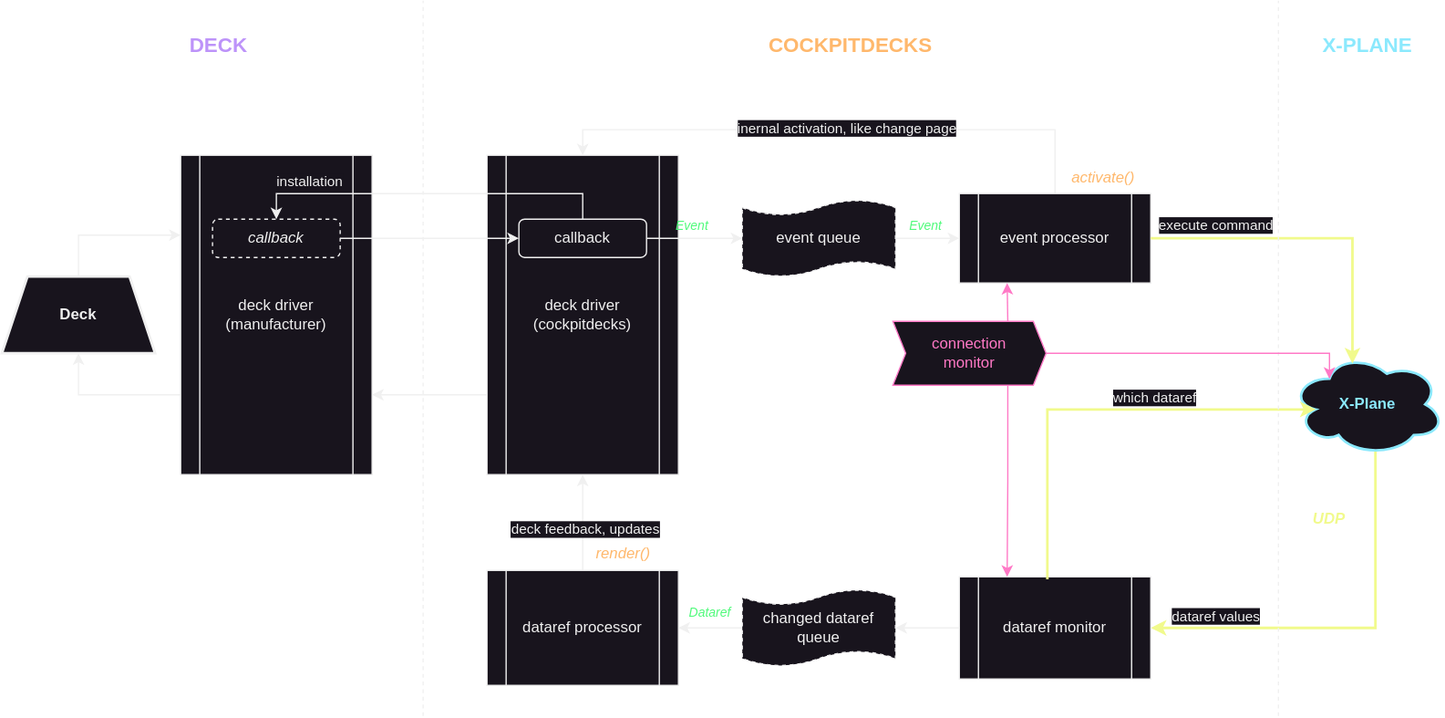
Above: docs/images/architecture.svg in devleaks/cockpitdecks-docs (draw.io), before the change. Source tidied: cells renumbered, new cells last; positions are measured from the earlier drawing's top-left corner, leaving out a move shared by most shapes.
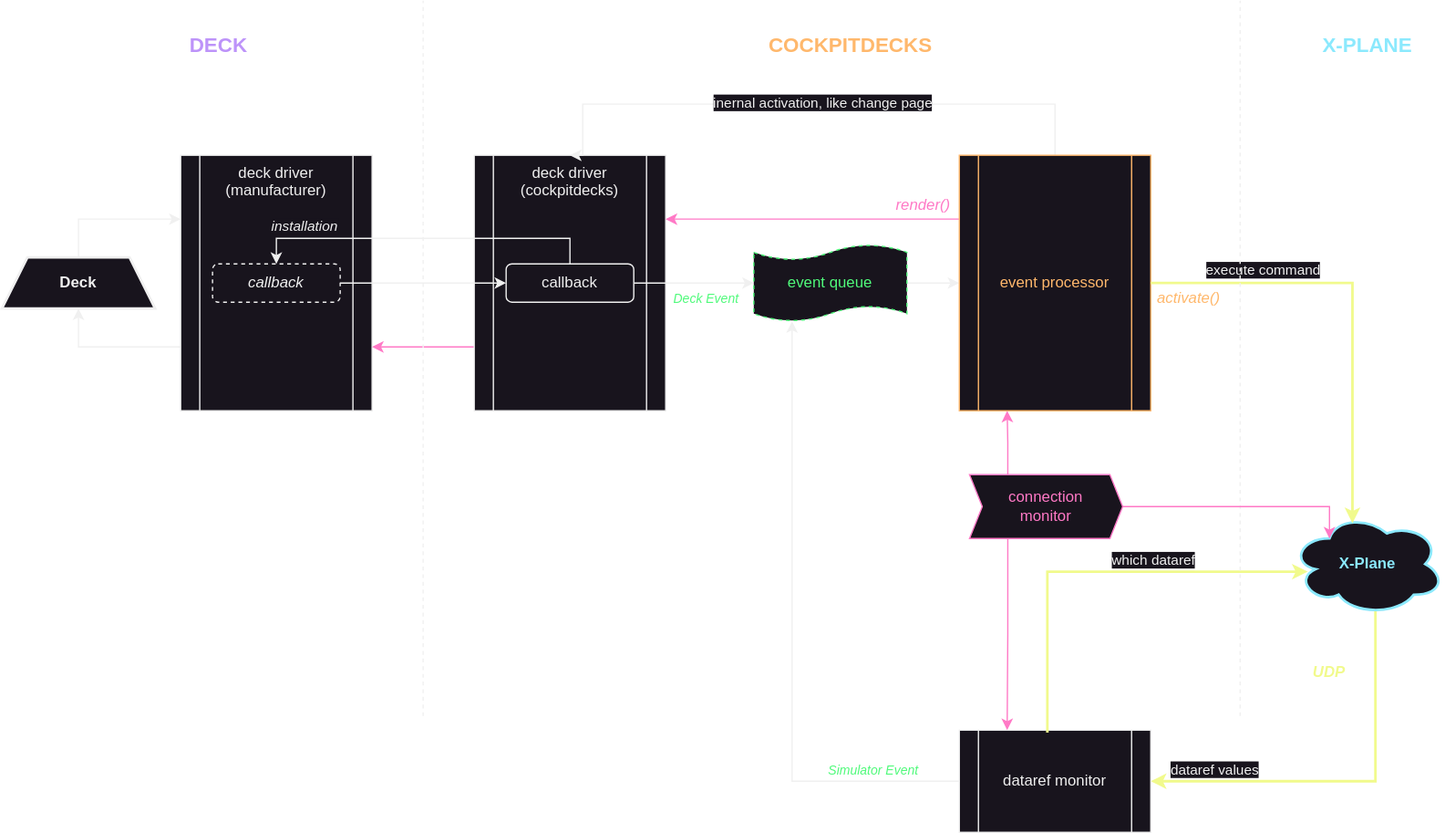
Above is the later version.

Commit message:
adjusted drawings for single event processing loop

The edit, as a diff of the source:
```diff
@@ -5,7 +5,7 @@
     <mxCell id="2" style="edgeStyle=orthogonalEdgeStyle;rounded=0;jettySize=auto;html=1;exitX=0.55;exitY=0.95;exitDx=0;exitDy=0;exitPerimeter=0;entryX=1;entryY=0.5;entryDx=0;entryDy=0;strokeColor=#F1FA8C;strokeWidth=2;" parent="1" edge="1" source="4" target="23">
       <mxGeometry relative="1" as="geometry">
         <Array as="points">
-          <mxPoint x="1076" y="491" />
+          <mxPoint x="1076" y="611" />
         </Array>
       </mxGeometry>
     </mxCell>
@@ -15,32 +15,36 @@
       </mxGeometry>
     </mxCell>
     <mxCell id="4" value="X-Plane" style="ellipse;shape=cloud;whiteSpace=wrap;html=1;strokeWidth=2;strokeColor=#8BE9FD;fontStyle=1;fontColor=#8BE9FD;" parent="1" vertex="1">
-      <mxGeometry x="1010" y="276" width="120" height="80" as="geometry" />
+      <mxGeometry x="1010" y="401" width="120" height="80" as="geometry" />
     </mxCell>
     <mxCell id="5" style="edgeStyle=orthogonalEdgeStyle;rounded=0;jettySize=auto;html=1;entryX=0;entryY=0.25;entryDx=0;entryDy=0;exitX=0.5;exitY=0;exitDx=0;exitDy=0;" parent="1" edge="1" source="6" target="8">
-      <mxGeometry relative="1" as="geometry" />
+      <mxGeometry relative="1" as="geometry">
+        <Array as="points">
+          <mxPoint x="60" y="171" />
+        </Array>
+      </mxGeometry>
     </mxCell>
     <mxCell id="6" value="Deck" style="shape=trapezoid;perimeter=trapezoidPerimeter;whiteSpace=wrap;html=1;fixedSize=1;strokeWidth=2;fontStyle=1;" parent="1" vertex="1">
-      <mxGeometry y="216" width="120" height="60" as="geometry" />
+      <mxGeometry y="201" width="120" height="40" as="geometry" />
     </mxCell>
     <mxCell id="7" style="edgeStyle=orthogonalEdgeStyle;rounded=0;jettySize=auto;html=1;exitX=0;exitY=0.75;exitDx=0;exitDy=0;entryX=0.5;entryY=1;entryDx=0;entryDy=0;" parent="1" edge="1" source="8" target="6">
       <mxGeometry relative="1" as="geometry">
         <Array as="points">
-          <mxPoint x="60" y="309" />
+          <mxPoint x="60" y="271" />
         </Array>
       </mxGeometry>
     </mxCell>
-    <mxCell id="8" value="deck driver&lt;div&gt;(manufacturer)&lt;/div&gt;" style="shape=process;whiteSpace=wrap;html=1;backgroundOutline=1;" parent="1" vertex="1">
-      <mxGeometry x="140" y="121" width="150" height="250" as="geometry" />
+    <mxCell id="8" value="deck driver&lt;div&gt;(manufacturer)&lt;/div&gt;" style="shape=process;whiteSpace=wrap;html=1;backgroundOutline=1;verticalAlign=top;" parent="1" vertex="1">
+      <mxGeometry x="140" y="121" width="150" height="200" as="geometry" />
     </mxCell>
     <mxCell id="9" value="callback" style="rounded=1;whiteSpace=wrap;html=1;dashed=1;fontStyle=2;" parent="1" vertex="1">
-      <mxGeometry x="165" y="171" width="100" height="30" as="geometry" />
+      <mxGeometry x="165" y="206" width="100" height="30" as="geometry" />
     </mxCell>
-    <mxCell id="10" style="edgeStyle=orthogonalEdgeStyle;rounded=0;jettySize=auto;html=1;exitX=0;exitY=0.75;exitDx=0;exitDy=0;entryX=1;entryY=0.75;entryDx=0;entryDy=0;" parent="1" edge="1" source="11" target="8">
+    <mxCell id="10" style="edgeStyle=orthogonalEdgeStyle;rounded=0;jettySize=auto;html=1;exitX=0;exitY=0.75;exitDx=0;exitDy=0;entryX=1;entryY=0.75;entryDx=0;entryDy=0;strokeColor=#FF79C6;" parent="1" edge="1" source="11" target="8">
       <mxGeometry relative="1" as="geometry" />
     </mxCell>
-    <mxCell id="11" value="deck driver&lt;div&gt;(cockpitdecks)&lt;/div&gt;" style="shape=process;whiteSpace=wrap;html=1;backgroundOutline=1;" parent="1" vertex="1">
-      <mxGeometry x="380" y="121" width="150" height="250" as="geometry" />
+    <mxCell id="11" value="deck driver&lt;div&gt;(cockpitdecks)&lt;/div&gt;" style="shape=process;whiteSpace=wrap;html=1;backgroundOutline=1;verticalAlign=top;" parent="1" vertex="1">
+      <mxGeometry x="370" y="121" width="150" height="200" as="geometry" />
     </mxCell>
     <mxCell id="12" style="edgeStyle=orthogonalEdgeStyle;rounded=0;jettySize=auto;html=1;exitX=1;exitY=0.5;exitDx=0;exitDy=0;" parent="1" edge="1" source="15" target="17">
       <mxGeometry relative="1" as="geometry" />
@@ -48,38 +52,41 @@
     <mxCell id="13" style="edgeStyle=orthogonalEdgeStyle;rounded=0;jettySize=auto;html=1;exitX=0.5;exitY=0;exitDx=0;exitDy=0;entryX=0.5;entryY=0;entryDx=0;entryDy=0;" parent="1" edge="1" source="15" target="9">
       <mxGeometry relative="1" as="geometry" />
     </mxCell>
-    <mxCell id="14" value="installation" style="edgeLabel;html=1;align=center;verticalAlign=middle;" parent="13" vertex="1">
+    <mxCell id="14" value="installation" style="edgeLabel;html=1;align=center;verticalAlign=middle;fontStyle=2;" parent="13" vertex="1">
       <mxGeometry x="0.21" y="-1" relative="1" as="geometry">
         <mxPoint x="-65" y="-9" as="offset" />
       </mxGeometry>
     </mxCell>
     <mxCell id="15" value="callback" style="rounded=1;whiteSpace=wrap;html=1;" parent="1" vertex="1">
-      <mxGeometry x="405" y="171" width="100" height="30" as="geometry" />
+      <mxGeometry x="395" y="206" width="100" height="30" as="geometry" />
     </mxCell>
-    <mxCell id="16" style="edgeStyle=orthogonalEdgeStyle;rounded=0;jettySize=auto;html=1;exitX=1;exitY=0.5;exitDx=0;exitDy=0;exitPerimeter=0;" parent="1" edge="1" source="17" target="20">
+    <mxCell id="16" style="edgeStyle=orthogonalEdgeStyle;rounded=0;jettySize=auto;html=1;exitX=1;exitY=0.5;exitDx=0;exitDy=0;exitPerimeter=0;entryX=0;entryY=0.5;entryDx=0;entryDy=0;" parent="1" edge="1" source="17" target="20">
       <mxGeometry relative="1" as="geometry" />
     </mxCell>
-    <mxCell id="17" value="event queue" style="shape=tape;whiteSpace=wrap;html=1;size=0.2;dashed=1;" parent="1" vertex="1">
-      <mxGeometry x="580" y="156" width="120" height="60" as="geometry" />
+    <mxCell id="17" value="event queue" style="shape=tape;whiteSpace=wrap;html=1;size=0.2;dashed=1;fontColor=#50FA7B;strokeColor=#50FA7B;" parent="1" vertex="1">
+      <mxGeometry x="589" y="191" width="120" height="60" as="geometry" />
     </mxCell>
     <mxCell id="18" style="edgeStyle=orthogonalEdgeStyle;rounded=0;jettySize=auto;html=1;entryX=0.5;entryY=0;entryDx=0;entryDy=0;" parent="1" edge="1" source="20" target="11">
       <mxGeometry relative="1" as="geometry">
         <Array as="points">
-          <mxPoint x="825" y="101" />
-          <mxPoint x="455" y="101" />
+          <mxPoint x="825" y="81" />
+          <mxPoint x="455" y="81" />
         </Array>
       </mxGeometry>
     </mxCell>
     <mxCell id="19" value="inernal activation, like change page" style="edgeLabel;html=1;align=center;verticalAlign=middle;" parent="18" vertex="1">
       <mxGeometry x="-0.03" y="-2" relative="1" as="geometry" />
     </mxCell>
+    <mxCell id="48" style="edgeStyle=orthogonalEdgeStyle;rounded=0;jettySize=auto;html=1;entryX=1;entryY=0.25;entryDx=0;entryDy=0;exitX=0;exitY=0.25;exitDx=0;exitDy=0;strokeColor=#FF79C6;" parent="1" edge="1" source="20" target="11">
+      <mxGeometry relative="1" as="geometry" />
+    </mxCell>
-    <mxCell id="20" value="event processor" style="shape=process;whiteSpace=wrap;html=1;backgroundOutline=1;" parent="1" vertex="1">
-      <mxGeometry x="750" y="151" width="150" height="70" as="geometry" />
+    <mxCell id="20" value="event processor" style="shape=process;whiteSpace=wrap;html=1;backgroundOutline=1;strokeColor=#FFB86C;fontColor=#FFB86C;" parent="1" vertex="1">
+      <mxGeometry x="750" y="121" width="150" height="200" as="geometry" />
     </mxCell>
     <mxCell id="21" style="edgeStyle=orthogonalEdgeStyle;rounded=0;jettySize=auto;html=1;entryX=0.4;entryY=0.1;entryDx=0;entryDy=0;entryPerimeter=0;strokeColor=#F1FA8C;strokeWidth=2;exitX=1;exitY=0.5;exitDx=0;exitDy=0;" parent="1" edge="1" source="20" target="4">
       <mxGeometry relative="1" as="geometry">
         <Array as="points">
-          <mxPoint x="1058" y="186" />
+          <mxPoint x="1058" y="221" />
         </Array>
       </mxGeometry>
     </mxCell>
@@ -89,12 +96,12 @@
       </mxGeometry>
     </mxCell>
     <mxCell id="23" value="dataref monitor" style="shape=process;whiteSpace=wrap;html=1;backgroundOutline=1;" parent="1" vertex="1">
-      <mxGeometry x="750" y="451" width="150" height="80" as="geometry" />
+      <mxGeometry x="750" y="571" width="150" height="80" as="geometry" />
     </mxCell>
-    <mxCell id="24" style="edgeStyle=orthogonalEdgeStyle;rounded=0;jettySize=auto;html=1;entryX=0.16;entryY=0.55;entryDx=0;entryDy=0;entryPerimeter=0;strokeColor=#F1FA8C;strokeWidth=2;exitX=0.46;exitY=0.025;exitDx=0;exitDy=0;exitPerimeter=0;" parent="1" edge="1" source="23" target="4">
+    <mxCell id="24" style="edgeStyle=orthogonalEdgeStyle;rounded=0;jettySize=auto;html=1;entryX=0.108;entryY=0.575;entryDx=0;entryDy=0;entryPerimeter=0;strokeColor=#F1FA8C;strokeWidth=2;exitX=0.46;exitY=0.025;exitDx=0;exitDy=0;exitPerimeter=0;" parent="1" edge="1" source="23" target="4">
       <mxGeometry relative="1" as="geometry">
         <Array as="points">
-          <mxPoint x="819" y="320" />
+          <mxPoint x="819" y="447" />
         </Array>
       </mxGeometry>
     </mxCell>
@@ -103,24 +110,9 @@
         <mxPoint x="12" y="-11" as="offset" />
       </mxGeometry>
     </mxCell>
-    <mxCell id="26" style="edgeStyle=orthogonalEdgeStyle;rounded=0;jettySize=auto;html=1;entryX=1;entryY=0.5;entryDx=0;entryDy=0;" parent="1" edge="1" source="27" target="31">
-      <mxGeometry relative="1" as="geometry" />
-    </mxCell>
-    <mxCell id="27" value="changed dataref queue" style="shape=tape;whiteSpace=wrap;html=1;size=0.2;dashed=1;" parent="1" vertex="1">
-      <mxGeometry x="580" y="461" width="120" height="60" as="geometry" />
-    </mxCell>
-    <mxCell id="28" style="edgeStyle=orthogonalEdgeStyle;rounded=0;jettySize=auto;html=1;exitX=0;exitY=0.5;exitDx=0;exitDy=0;entryX=1;entryY=0.5;entryDx=0;entryDy=0;entryPerimeter=0;" parent="1" edge="1" source="23" target="27">
+    <mxCell id="28" style="edgeStyle=orthogonalEdgeStyle;rounded=0;jettySize=auto;html=1;exitX=0;exitY=0.5;exitDx=0;exitDy=0;entryX=0.25;entryY=1;entryDx=0;entryDy=0;entryPerimeter=0;" parent="1" edge="1" source="23" target="17">
       <mxGeometry relative="1" as="geometry" />
     </mxCell>
-    <mxCell id="29" style="edgeStyle=orthogonalEdgeStyle;rounded=0;jettySize=auto;html=1;entryX=0.5;entryY=1;entryDx=0;entryDy=0;" parent="1" edge="1" source="31" target="11">
-      <mxGeometry relative="1" as="geometry" />
-    </mxCell>
-    <mxCell id="30" value="deck feedback, updates" style="edgeLabel;html=1;align=center;verticalAlign=middle;" parent="29" vertex="1">
-      <mxGeometry x="-0.12" y="-1" relative="1" as="geometry" />
-    </mxCell>
-    <mxCell id="31" value="dataref processor" style="shape=process;whiteSpace=wrap;html=1;backgroundOutline=1;" parent="1" vertex="1">
-      <mxGeometry x="380" y="446" width="150" height="90" as="geometry" />
-    </mxCell>
     <mxCell id="32" style="edgeStyle=orthogonalEdgeStyle;rounded=0;jettySize=auto;html=1;entryX=0;entryY=0.5;entryDx=0;entryDy=0;" parent="1" edge="1" source="9" target="15">
       <mxGeometry relative="1" as="geometry" />
     </mxCell>
@@ -132,8 +124,8 @@
     </mxCell>
     <mxCell id="34" style="endArrow=none;dashed=1;html=1;rounded=0;fontSize=16;fontStyle=1;" parent="1" edge="1">
       <mxGeometry relative="1" as="geometry">
-        <mxPoint x="1000" y="560" as="sourcePoint" />
-        <mxPoint x="1000" as="targetPoint" />
+        <mxPoint x="970" y="560" as="sourcePoint" />
+        <mxPoint x="970" as="targetPoint" />
       </mxGeometry>
     </mxCell>
     <mxCell id="35" value="DECK" style="text;html=1;align=center;verticalAlign=middle;whiteSpace=wrap;rounded=0;fontSize=16;fontStyle=1;fontColor=#BD93F9;" parent="1" vertex="1">
@@ -146,38 +138,35 @@
       <mxGeometry x="580" y="20" width="170" height="30" as="geometry" />
     </mxCell>
     <mxCell id="38" value="UDP" style="text;html=1;align=center;verticalAlign=middle;whiteSpace=wrap;rounded=0;fontStyle=3;fontColor=#F1FA8C;" parent="1" vertex="1">
-      <mxGeometry x="1010" y="391" width="60" height="30" as="geometry" />
+      <mxGeometry x="1010" y="511" width="60" height="30" as="geometry" />
     </mxCell>
-    <mxCell id="39" value="&lt;i&gt;&lt;font color=&quot;#ffb86c&quot;&gt;render()&lt;/font&gt;&lt;/i&gt;" style="text;html=1;align=center;verticalAlign=middle;whiteSpace=wrap;rounded=0;" parent="1" vertex="1">
-      <mxGeometry x="457" y="418" width="60" height="30" as="geometry" />
+    <mxCell id="39" value="&lt;i&gt;&lt;font&gt;render()&lt;/font&gt;&lt;/i&gt;" style="text;html=1;align=center;verticalAlign=middle;whiteSpace=wrap;rounded=0;fontColor=#FF79C6;" parent="1" vertex="1">
+      <mxGeometry x="692" y="145" width="60" height="30" as="geometry" />
     </mxCell>
     <mxCell id="40" value="&lt;i&gt;&lt;font color=&quot;#ffb86c&quot;&gt;activate()&lt;/font&gt;&lt;/i&gt;" style="text;html=1;align=center;verticalAlign=middle;whiteSpace=wrap;rounded=0;" parent="1" vertex="1">
-      <mxGeometry x="833" y="124" width="60" height="30" as="geometry" />
+      <mxGeometry x="900" y="218" width="60" height="30" as="geometry" />
     </mxCell>
-    <mxCell id="41" value="&lt;i style=&quot;font-size: 10px;&quot;&gt;&lt;font style=&quot;font-size: 10px;&quot;&gt;Event&lt;/font&gt;&lt;/i&gt;" style="text;html=1;align=center;verticalAlign=middle;whiteSpace=wrap;rounded=0;fontColor=#50FA7B;fontSize=10;" parent="1" vertex="1">
-      <mxGeometry x="511" y="161" width="60" height="30" as="geometry" />
+    <mxCell id="41" value="&lt;i style=&quot;font-size: 10px;&quot;&gt;&lt;font style=&quot;font-size: 10px;&quot;&gt;Deck Event&lt;/font&gt;&lt;/i&gt;" style="text;html=1;align=center;verticalAlign=middle;whiteSpace=wrap;rounded=0;fontColor=#50FA7B;fontSize=10;" parent="1" vertex="1">
+      <mxGeometry x="522" y="218" width="60" height="30" as="geometry" />
     </mxCell>
-    <mxCell id="42" value="&lt;i style=&quot;font-size: 10px;&quot;&gt;&lt;font style=&quot;font-size: 10px;&quot;&gt;Event&lt;/font&gt;&lt;/i&gt;" style="text;html=1;align=center;verticalAlign=middle;whiteSpace=wrap;rounded=0;fontColor=#50FA7B;fontSize=10;" parent="1" vertex="1">
-      <mxGeometry x="694" y="161" width="60" height="30" as="geometry" />
-    </mxCell>
-    <mxCell id="43" value="&lt;i style=&quot;font-size: 10px;&quot;&gt;&lt;font style=&quot;font-size: 10px;&quot;&gt;Dataref&lt;/font&gt;&lt;/i&gt;" style="text;html=1;align=center;verticalAlign=middle;whiteSpace=wrap;rounded=0;fontColor=#50FA7B;fontSize=10;" parent="1" vertex="1">
-      <mxGeometry x="525" y="464" width="60" height="30" as="geometry" />
-    </mxCell>
-    <mxCell id="44" style="edgeStyle=orthogonalEdgeStyle;rounded=0;jettySize=auto;html=1;exitX=0.75;exitY=1;exitDx=0;exitDy=0;entryX=0.25;entryY=0;entryDx=0;entryDy=0;strokeColor=#FF79C6;" parent="1" edge="1" source="46" target="23">
+    <mxCell id="44" style="edgeStyle=orthogonalEdgeStyle;rounded=0;jettySize=auto;html=1;exitX=0.25;exitY=1;exitDx=0;exitDy=0;entryX=0.25;entryY=0;entryDx=0;entryDy=0;strokeColor=#FF79C6;" parent="1" edge="1" source="46" target="23">
       <mxGeometry relative="1" as="geometry" />
     </mxCell>
-    <mxCell id="45" style="edgeStyle=orthogonalEdgeStyle;rounded=0;jettySize=auto;html=1;entryX=0.25;entryY=1;entryDx=0;entryDy=0;exitX=0.75;exitY=0;exitDx=0;exitDy=0;strokeColor=#FF79C6;" parent="1" edge="1" source="46" target="20">
+    <mxCell id="45" style="edgeStyle=orthogonalEdgeStyle;rounded=0;jettySize=auto;html=1;entryX=0.25;entryY=1;entryDx=0;entryDy=0;exitX=0.25;exitY=0;exitDx=0;exitDy=0;strokeColor=#FF79C6;" parent="1" edge="1" source="46" target="20">
       <mxGeometry relative="1" as="geometry" />
     </mxCell>
     <mxCell id="46" value="connection&lt;div&gt;monitor&lt;/div&gt;" style="shape=step;perimeter=stepPerimeter;whiteSpace=wrap;html=1;fixedSize=1;size=10;fontColor=#FF79C6;strokeColor=#FF79C6;" parent="1" vertex="1">
-      <mxGeometry x="698" y="251" width="120" height="50" as="geometry" />
+      <mxGeometry x="758" y="371" width="120" height="50" as="geometry" />
     </mxCell>
     <mxCell id="47" style="edgeStyle=orthogonalEdgeStyle;rounded=0;jettySize=auto;html=1;entryX=0.25;entryY=0.25;entryDx=0;entryDy=0;entryPerimeter=0;fontColor=#FF79C6;strokeColor=#FF79C6;exitX=1;exitY=0.5;exitDx=0;exitDy=0;" parent="1" edge="1" source="46" target="4">
       <mxGeometry relative="1" as="geometry">
         <Array as="points">
-          <mxPoint x="1040" y="276" />
+          <mxPoint x="1040" y="396" />
         </Array>
       </mxGeometry>
     </mxCell>
+    <mxCell id="49" value="&lt;i style=&quot;font-size: 10px;&quot;&gt;&lt;font style=&quot;font-size: 10px;&quot;&gt;Simulator Event&lt;/font&gt;&lt;/i&gt;" style="text;html=1;align=center;verticalAlign=middle;whiteSpace=wrap;rounded=0;fontColor=#50FA7B;fontSize=10;" parent="1" vertex="1">
+      <mxGeometry x="640" y="587" width="86" height="30" as="geometry" />
+    </mxCell>
   </root>
 </mxGraphModel>
```
